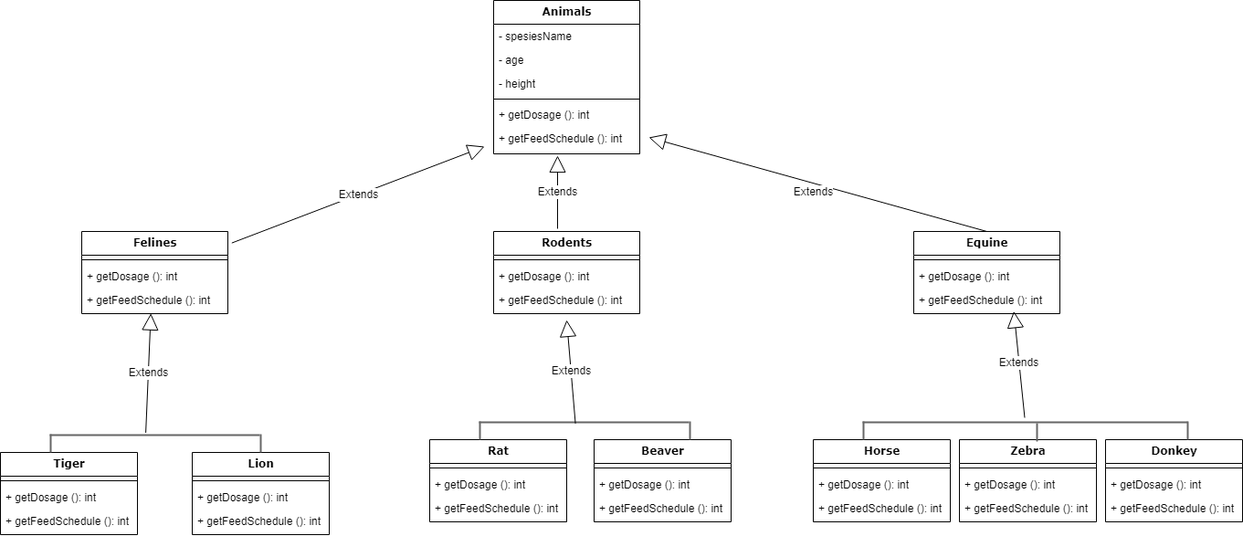
Earlier version of the draw.io export Hayvanat Bahçesi Yönetimi.drawio.png (smyy96/PatikaOOP). Source tidied: cells renumbered, new cells last; positions are measured from the earlier drawing's top-left corner, leaving out a move shared by most shapes. Its diagram source:
```xml
<mxGraphModel background="#ffffff">
  <root>
    <mxCell id="0" />
    <mxCell id="1" parent="0" />
    <mxCell id="2" value="&lt;b&gt;&lt;font style=&quot;font-size: 12px;&quot;&gt;Animals&lt;/font&gt;&lt;/b&gt;" style="swimlane;html=1;fontStyle=0;horizontal=1;startSize=26;fillColor=none;swimlaneFillColor=#ffffff;rounded=0;shadow=0;comic=0;labelBackgroundColor=none;strokeWidth=1;fontFamily=Verdana;fontSize=10;align=center;" parent="1" vertex="1">
      <mxGeometry x="540" width="160" height="168" as="geometry" />
    </mxCell>
    <mxCell id="3" value="- spesiesName&lt;br&gt;" style="text;html=1;strokeColor=none;fillColor=none;align=left;verticalAlign=top;spacingLeft=4;spacingRight=4;whiteSpace=wrap;overflow=hidden;" parent="2" vertex="1">
      <mxGeometry y="26" width="160" height="26" as="geometry" />
    </mxCell>
    <mxCell id="4" value="- age&lt;br&gt;" style="text;html=1;strokeColor=none;fillColor=none;align=left;verticalAlign=top;spacingLeft=4;spacingRight=4;whiteSpace=wrap;overflow=hidden;" parent="2" vertex="1">
      <mxGeometry y="52" width="160" height="26" as="geometry" />
    </mxCell>
    <mxCell id="5" value="- height" style="text;html=1;strokeColor=none;fillColor=none;align=left;verticalAlign=top;spacingLeft=4;spacingRight=4;whiteSpace=wrap;overflow=hidden;" parent="2" vertex="1">
      <mxGeometry y="78" width="160" height="26" as="geometry" />
    </mxCell>
    <mxCell id="6" style="line;strokeWidth=1;fillColor=none;align=left;verticalAlign=middle;spacingTop=-1;spacingLeft=3;spacingRight=3;labelPosition=right;strokeColor=inherit;fontSize=12;" parent="2" vertex="1">
      <mxGeometry y="104" width="160" height="8" as="geometry" />
    </mxCell>
    <mxCell id="7" value="+ getDosage (): int  " style="text;strokeColor=none;fillColor=none;align=left;verticalAlign=top;spacingLeft=4;spacingRight=4;overflow=hidden;fontSize=12;" parent="2" vertex="1">
      <mxGeometry y="112" width="160" height="26" as="geometry" />
    </mxCell>
    <mxCell id="8" value="+ getFeedSchedule (): int" style="text;strokeColor=none;fillColor=none;align=left;verticalAlign=top;spacingLeft=4;spacingRight=4;overflow=hidden;fontSize=12;" parent="2" vertex="1">
      <mxGeometry y="138" width="160" height="26" as="geometry" />
    </mxCell>
    <mxCell id="9" value="&lt;b&gt;&lt;font style=&quot;font-size: 12px;&quot;&gt;Felines&lt;/font&gt;&lt;/b&gt;" style="swimlane;html=1;fontStyle=0;horizontal=1;startSize=26;fillColor=none;swimlaneFillColor=#ffffff;rounded=0;shadow=0;comic=0;labelBackgroundColor=none;strokeWidth=1;fontFamily=Verdana;fontSize=10;align=center;" parent="1" vertex="1">
      <mxGeometry x="89" y="253" width="160" height="90" as="geometry" />
    </mxCell>
    <mxCell id="10" style="line;strokeWidth=1;fillColor=none;align=left;verticalAlign=middle;spacingTop=-1;spacingLeft=3;spacingRight=3;labelPosition=right;strokeColor=inherit;fontSize=12;" parent="9" vertex="1">
      <mxGeometry y="26" width="160" height="10" as="geometry" />
    </mxCell>
    <mxCell id="11" value="+ getDosage (): int  " style="text;strokeColor=none;fillColor=none;align=left;verticalAlign=top;spacingLeft=4;spacingRight=4;overflow=hidden;fontSize=12;" parent="9" vertex="1">
      <mxGeometry y="36" width="160" height="26" as="geometry" />
    </mxCell>
    <mxCell id="12" value="+ getFeedSchedule (): int" style="text;strokeColor=none;fillColor=none;align=left;verticalAlign=top;spacingLeft=4;spacingRight=4;overflow=hidden;points=[[0,0.5],[1,0.5]];portConstraint=eastwest;fontSize=12;" parent="9" vertex="1">
      <mxGeometry y="62" width="160" height="26" as="geometry" />
    </mxCell>
    <mxCell id="13" value="&lt;b&gt;&lt;font style=&quot;font-size: 12px;&quot;&gt;Rodents&lt;/font&gt;&lt;/b&gt;" style="swimlane;html=1;fontStyle=0;horizontal=1;startSize=26;fillColor=none;swimlaneFillColor=#ffffff;rounded=0;shadow=0;comic=0;labelBackgroundColor=none;strokeWidth=1;fontFamily=Verdana;fontSize=10;align=center;" parent="1" vertex="1">
      <mxGeometry x="540" y="253" width="160" height="90" as="geometry" />
    </mxCell>
    <mxCell id="14" style="line;strokeWidth=1;fillColor=none;align=left;verticalAlign=middle;spacingTop=-1;spacingLeft=3;spacingRight=3;labelPosition=right;strokeColor=inherit;fontSize=12;" parent="13" vertex="1">
      <mxGeometry y="26" width="160" height="10" as="geometry" />
    </mxCell>
    <mxCell id="15" value="+ getDosage (): int  " style="text;strokeColor=none;fillColor=none;align=left;verticalAlign=top;spacingLeft=4;spacingRight=4;overflow=hidden;fontSize=12;" parent="13" vertex="1">
      <mxGeometry y="36" width="160" height="26" as="geometry" />
    </mxCell>
    <mxCell id="16" value="+ getFeedSchedule (): int" style="text;strokeColor=none;fillColor=none;align=left;verticalAlign=top;spacingLeft=4;spacingRight=4;overflow=hidden;fontSize=12;" parent="13" vertex="1">
      <mxGeometry y="62" width="160" height="26" as="geometry" />
    </mxCell>
    <mxCell id="17" value="&lt;span style=&quot;font-size: 12px;&quot;&gt;&lt;b&gt;Equine&lt;/b&gt;&lt;/span&gt;" style="swimlane;html=1;fontStyle=0;horizontal=1;startSize=26;fillColor=none;swimlaneFillColor=#ffffff;rounded=0;shadow=0;comic=0;labelBackgroundColor=none;strokeWidth=1;fontFamily=Verdana;fontSize=10;align=center;" parent="1" vertex="1">
      <mxGeometry x="1000" y="253" width="160" height="90" as="geometry" />
    </mxCell>
    <mxCell id="18" style="line;strokeWidth=1;fillColor=none;align=left;verticalAlign=middle;spacingTop=-1;spacingLeft=3;spacingRight=3;labelPosition=right;strokeColor=inherit;fontSize=12;" parent="17" vertex="1">
      <mxGeometry y="26" width="160" height="10" as="geometry" />
    </mxCell>
    <mxCell id="19" value="+ getDosage (): int  " style="text;strokeColor=none;fillColor=none;align=left;verticalAlign=top;spacingLeft=4;spacingRight=4;overflow=hidden;fontSize=12;" parent="17" vertex="1">
      <mxGeometry y="36" width="160" height="26" as="geometry" />
    </mxCell>
    <mxCell id="20" value="+ getFeedSchedule (): int" style="text;strokeColor=none;fillColor=none;align=left;verticalAlign=top;spacingLeft=4;spacingRight=4;overflow=hidden;points=[[0,0.5],[1,0.5]];portConstraint=eastwest;fontSize=12;" parent="17" vertex="1">
      <mxGeometry y="62" width="160" height="26" as="geometry" />
    </mxCell>
    <mxCell id="21" value="&lt;b&gt;&lt;font style=&quot;font-size: 12px;&quot;&gt;Tiger&lt;/font&gt;&lt;/b&gt;" style="swimlane;html=1;fontStyle=0;horizontal=1;startSize=26;fillColor=none;swimlaneFillColor=#ffffff;rounded=0;shadow=0;comic=0;labelBackgroundColor=none;strokeWidth=1;fontFamily=Verdana;fontSize=10;align=center;" parent="1" vertex="1">
      <mxGeometry y="495" width="150" height="90" as="geometry" />
    </mxCell>
    <mxCell id="22" style="line;strokeWidth=1;fillColor=none;align=left;verticalAlign=middle;spacingTop=-1;spacingLeft=3;spacingRight=3;labelPosition=right;strokeColor=inherit;fontSize=12;" parent="21" vertex="1">
      <mxGeometry y="26" width="150" height="10" as="geometry" />
    </mxCell>
    <mxCell id="23" value="+ getDosage (): int  " style="text;strokeColor=none;fillColor=none;align=left;verticalAlign=top;spacingLeft=4;spacingRight=4;overflow=hidden;fontSize=12;" parent="21" vertex="1">
      <mxGeometry y="36" width="150" height="26" as="geometry" />
    </mxCell>
    <mxCell id="24" value="+ getFeedSchedule (): int" style="text;strokeColor=none;fillColor=none;align=left;verticalAlign=top;spacingLeft=4;spacingRight=4;overflow=hidden;fontSize=12;" parent="21" vertex="1">
      <mxGeometry y="62" width="150" height="26" as="geometry" />
    </mxCell>
    <mxCell id="25" value="&lt;b&gt;&lt;font style=&quot;font-size: 12px;&quot;&gt;Lion&lt;/font&gt;&lt;/b&gt;" style="swimlane;html=1;fontStyle=0;horizontal=1;startSize=26;fillColor=none;swimlaneFillColor=#ffffff;rounded=0;shadow=0;comic=0;labelBackgroundColor=none;strokeWidth=1;fontFamily=Verdana;fontSize=10;align=center;" parent="1" vertex="1">
      <mxGeometry x="210" y="495" width="150" height="90" as="geometry" />
    </mxCell>
    <mxCell id="26" style="line;strokeWidth=1;fillColor=none;align=left;verticalAlign=middle;spacingTop=-1;spacingLeft=3;spacingRight=3;labelPosition=right;strokeColor=inherit;fontSize=12;" parent="25" vertex="1">
      <mxGeometry y="26" width="150" height="10" as="geometry" />
    </mxCell>
    <mxCell id="27" value="+ getDosage (): int  " style="text;strokeColor=none;fillColor=none;align=left;verticalAlign=top;spacingLeft=4;spacingRight=4;overflow=hidden;fontSize=12;" parent="25" vertex="1">
      <mxGeometry y="36" width="150" height="26" as="geometry" />
    </mxCell>
    <mxCell id="28" value="+ getFeedSchedule (): int" style="text;strokeColor=none;fillColor=none;align=left;verticalAlign=top;spacingLeft=4;spacingRight=4;overflow=hidden;fontSize=12;" parent="25" vertex="1">
      <mxGeometry y="62" width="150" height="26" as="geometry" />
    </mxCell>
    <mxCell id="29" value="&lt;b&gt;&lt;font style=&quot;font-size: 12px;&quot;&gt;Rat&lt;/font&gt;&lt;/b&gt;" style="swimlane;html=1;fontStyle=0;horizontal=1;startSize=26;fillColor=none;swimlaneFillColor=#ffffff;rounded=0;shadow=0;comic=0;labelBackgroundColor=none;strokeWidth=1;fontFamily=Verdana;fontSize=10;align=center;" parent="1" vertex="1">
      <mxGeometry x="470" y="481" width="150" height="90" as="geometry" />
    </mxCell>
    <mxCell id="30" style="line;strokeWidth=1;fillColor=none;align=left;verticalAlign=middle;spacingTop=-1;spacingLeft=3;spacingRight=3;labelPosition=right;strokeColor=inherit;fontSize=12;" parent="29" vertex="1">
      <mxGeometry y="26" width="150" height="10" as="geometry" />
    </mxCell>
    <mxCell id="31" value="+ getDosage (): int  " style="text;strokeColor=none;fillColor=none;align=left;verticalAlign=top;spacingLeft=4;spacingRight=4;overflow=hidden;fontSize=12;" parent="29" vertex="1">
      <mxGeometry y="36" width="150" height="26" as="geometry" />
    </mxCell>
    <mxCell id="32" value="+ getFeedSchedule (): int" style="text;strokeColor=none;fillColor=none;align=left;verticalAlign=top;spacingLeft=4;spacingRight=4;overflow=hidden;fontSize=12;" parent="29" vertex="1">
      <mxGeometry y="62" width="150" height="26" as="geometry" />
    </mxCell>
    <mxCell id="33" value="&lt;b&gt;&lt;font style=&quot;font-size: 12px;&quot;&gt;Beaver&lt;br&gt;&lt;/font&gt;&lt;/b&gt;" style="swimlane;html=1;fontStyle=0;horizontal=1;startSize=26;fillColor=none;swimlaneFillColor=#ffffff;rounded=0;shadow=0;comic=0;labelBackgroundColor=none;strokeWidth=1;fontFamily=Verdana;fontSize=10;align=center;" parent="1" vertex="1">
      <mxGeometry x="650" y="481" width="150" height="90" as="geometry" />
    </mxCell>
    <mxCell id="34" style="line;strokeWidth=1;fillColor=none;align=left;verticalAlign=middle;spacingTop=-1;spacingLeft=3;spacingRight=3;labelPosition=right;strokeColor=inherit;fontSize=12;" parent="33" vertex="1">
      <mxGeometry y="26" width="150" height="10" as="geometry" />
    </mxCell>
    <mxCell id="35" value="+ getDosage (): int  " style="text;strokeColor=none;fillColor=none;align=left;verticalAlign=top;spacingLeft=4;spacingRight=4;overflow=hidden;fontSize=12;" parent="33" vertex="1">
      <mxGeometry y="36" width="150" height="26" as="geometry" />
    </mxCell>
    <mxCell id="36" value="+ getFeedSchedule (): int" style="text;strokeColor=none;fillColor=none;align=left;verticalAlign=top;spacingLeft=4;spacingRight=4;overflow=hidden;fontSize=12;" parent="33" vertex="1">
      <mxGeometry y="62" width="150" height="26" as="geometry" />
    </mxCell>
    <mxCell id="37" value="&lt;b&gt;&lt;font style=&quot;font-size: 12px;&quot;&gt;Horse&lt;/font&gt;&lt;/b&gt;" style="swimlane;html=1;fontStyle=0;horizontal=1;startSize=26;fillColor=none;swimlaneFillColor=#ffffff;rounded=0;shadow=0;comic=0;labelBackgroundColor=none;strokeWidth=1;fontFamily=Verdana;fontSize=10;align=center;" parent="1" vertex="1">
      <mxGeometry x="890" y="481" width="150" height="90" as="geometry" />
    </mxCell>
    <mxCell id="38" style="line;strokeWidth=1;fillColor=none;align=left;verticalAlign=middle;spacingTop=-1;spacingLeft=3;spacingRight=3;labelPosition=right;strokeColor=inherit;fontSize=12;" parent="37" vertex="1">
      <mxGeometry y="26" width="150" height="10" as="geometry" />
    </mxCell>
    <mxCell id="39" value="+ getDosage (): int  " style="text;strokeColor=none;fillColor=none;align=left;verticalAlign=top;spacingLeft=4;spacingRight=4;overflow=hidden;fontSize=12;" parent="37" vertex="1">
      <mxGeometry y="36" width="150" height="26" as="geometry" />
    </mxCell>
    <mxCell id="40" value="+ getFeedSchedule (): int" style="text;strokeColor=none;fillColor=none;align=left;verticalAlign=top;spacingLeft=4;spacingRight=4;overflow=hidden;fontSize=12;" parent="37" vertex="1">
      <mxGeometry y="62" width="150" height="26" as="geometry" />
    </mxCell>
    <mxCell id="41" value="&lt;b&gt;&lt;font style=&quot;font-size: 12px;&quot;&gt;Zebra&lt;/font&gt;&lt;/b&gt;" style="swimlane;html=1;fontStyle=0;horizontal=1;startSize=26;fillColor=none;swimlaneFillColor=#ffffff;rounded=0;shadow=0;comic=0;labelBackgroundColor=none;strokeWidth=1;fontFamily=Verdana;fontSize=10;align=center;" parent="1" vertex="1">
      <mxGeometry x="1050" y="481" width="150" height="90" as="geometry" />
    </mxCell>
    <mxCell id="42" style="line;strokeWidth=1;fillColor=none;align=left;verticalAlign=middle;spacingTop=-1;spacingLeft=3;spacingRight=3;labelPosition=right;strokeColor=inherit;fontSize=12;" parent="41" vertex="1">
      <mxGeometry y="26" width="150" height="10" as="geometry" />
    </mxCell>
    <mxCell id="43" value="+ getDosage (): int  " style="text;strokeColor=none;fillColor=none;align=left;verticalAlign=top;spacingLeft=4;spacingRight=4;overflow=hidden;fontSize=12;" parent="41" vertex="1">
      <mxGeometry y="36" width="150" height="26" as="geometry" />
    </mxCell>
    <mxCell id="44" value="+ getFeedSchedule (): int" style="text;strokeColor=none;fillColor=none;align=left;verticalAlign=top;spacingLeft=4;spacingRight=4;overflow=hidden;fontSize=12;" parent="41" vertex="1">
      <mxGeometry y="62" width="150" height="26" as="geometry" />
    </mxCell>
    <mxCell id="45" value="&lt;b&gt;&lt;font style=&quot;font-size: 12px;&quot;&gt;Donkey&lt;/font&gt;&lt;/b&gt;" style="swimlane;html=1;fontStyle=0;horizontal=1;startSize=26;fillColor=none;swimlaneFillColor=#ffffff;rounded=0;shadow=0;comic=0;labelBackgroundColor=none;strokeWidth=1;fontFamily=Verdana;fontSize=10;align=center;" parent="1" vertex="1">
      <mxGeometry x="1210" y="481" width="150" height="90" as="geometry" />
    </mxCell>
    <mxCell id="46" style="line;strokeWidth=1;fillColor=none;align=left;verticalAlign=middle;spacingTop=-1;spacingLeft=3;spacingRight=3;labelPosition=right;strokeColor=inherit;fontSize=12;" parent="45" vertex="1">
      <mxGeometry y="26" width="150" height="10" as="geometry" />
    </mxCell>
    <mxCell id="47" value="+ getDosage (): int  " style="text;strokeColor=none;fillColor=none;align=left;verticalAlign=top;spacingLeft=4;spacingRight=4;overflow=hidden;fontSize=12;" parent="45" vertex="1">
      <mxGeometry y="36" width="150" height="26" as="geometry" />
    </mxCell>
    <mxCell id="48" value="+ getFeedSchedule (): int" style="text;strokeColor=none;fillColor=none;align=left;verticalAlign=top;spacingLeft=4;spacingRight=4;overflow=hidden;fontSize=12;" parent="45" vertex="1">
      <mxGeometry y="62" width="150" height="26" as="geometry" />
    </mxCell>
    <mxCell id="49" value="Extends" style="endArrow=block;endSize=16;endFill=0;html=1;rounded=0;fontSize=12;" parent="1" edge="1">
      <mxGeometry relative="1" as="geometry">
        <mxPoint x="610" y="250" as="sourcePoint" />
        <mxPoint x="610" y="170" as="targetPoint" />
      </mxGeometry>
    </mxCell>
    <mxCell id="50" value="Extends" style="endArrow=block;endSize=16;endFill=0;html=1;rounded=0;fontSize=12;exitX=0.5;exitY=0;exitDx=0;exitDy=0;" parent="1" edge="1" source="17">
      <mxGeometry x="0.02" y="9" relative="1" as="geometry">
        <mxPoint x="710" y="150" as="targetPoint" />
      </mxGeometry>
    </mxCell>
    <mxCell id="51" value="Extends" style="endArrow=block;endSize=16;endFill=0;html=1;rounded=0;fontSize=12;exitX=1.027;exitY=0.14;exitDx=0;exitDy=0;exitPerimeter=0;" parent="1" edge="1" source="9">
      <mxGeometry relative="1" as="geometry">
        <mxPoint x="530" y="160" as="targetPoint" />
      </mxGeometry>
    </mxCell>
    <mxCell id="52" style="line;strokeWidth=2;direction=south;html=1;fontSize=12;fillColor=#f5f5f5;fontColor=#333333;strokeColor=#666666;" parent="1" vertex="1">
      <mxGeometry x="50" y="475" width="10" height="20" as="geometry" />
    </mxCell>
    <mxCell id="53" style="line;strokeWidth=2;direction=south;html=1;fontSize=12;fillColor=#f5f5f5;fontColor=#333333;strokeColor=#666666;" parent="1" vertex="1">
      <mxGeometry x="280" y="475" width="10" height="20" as="geometry" />
    </mxCell>
    <mxCell id="54" style="line;strokeWidth=2;html=1;fontSize=12;fillColor=#f5f5f5;fontColor=#333333;strokeColor=#666666;" parent="1" vertex="1">
      <mxGeometry x="54" y="471" width="230" height="10" as="geometry" />
    </mxCell>
    <mxCell id="55" value="Extends" style="endArrow=block;endSize=16;endFill=0;html=1;rounded=0;fontSize=12;exitX=0.457;exitY=0.243;exitDx=0;exitDy=0;exitPerimeter=0;entryX=0.473;entryY=1.066;entryDx=0;entryDy=0;entryPerimeter=0;" parent="1" edge="1" source="54" target="12">
      <mxGeometry relative="1" as="geometry" />
    </mxCell>
    <mxCell id="56" style="line;strokeWidth=2;direction=south;html=1;fontSize=12;fillColor=#f5f5f5;fontColor=#333333;strokeColor=#666666;" parent="1" vertex="1">
      <mxGeometry x="520" y="461" width="10" height="20" as="geometry" />
    </mxCell>
    <mxCell id="57" style="line;strokeWidth=2;direction=south;html=1;fontSize=12;fillColor=#f5f5f5;fontColor=#333333;strokeColor=#666666;" parent="1" vertex="1">
      <mxGeometry x="750" y="461" width="10" height="20" as="geometry" />
    </mxCell>
    <mxCell id="58" style="line;strokeWidth=2;html=1;fontSize=12;fillColor=#f5f5f5;fontColor=#333333;strokeColor=#666666;" parent="1" vertex="1">
      <mxGeometry x="524" y="457" width="230" height="10" as="geometry" />
    </mxCell>
    <mxCell id="59" style="line;strokeWidth=2;direction=south;html=1;fontSize=12;fillColor=#f5f5f5;fontColor=#333333;strokeColor=#666666;" parent="1" vertex="1">
      <mxGeometry x="940" y="461" width="10" height="20" as="geometry" />
    </mxCell>
    <mxCell id="60" style="line;strokeWidth=2;direction=south;html=1;fontSize=12;fillColor=#f5f5f5;fontColor=#333333;strokeColor=#666666;" parent="1" vertex="1">
      <mxGeometry x="1130" y="463" width="10" height="20" as="geometry" />
    </mxCell>
    <mxCell id="61" style="line;strokeWidth=2;html=1;fontSize=12;fillColor=#f5f5f5;fontColor=#333333;strokeColor=#666666;" parent="1" vertex="1">
      <mxGeometry x="944" y="457" width="356" height="10" as="geometry" />
    </mxCell>
    <mxCell id="62" style="line;strokeWidth=2;direction=south;html=1;fontSize=12;fillColor=#f5f5f5;fontColor=#333333;strokeColor=#666666;" parent="1" vertex="1">
      <mxGeometry x="1295" y="461" width="10" height="20" as="geometry" />
    </mxCell>
    <mxCell id="63" value="Extends" style="endArrow=block;endSize=16;endFill=0;html=1;rounded=0;fontSize=12;exitX=0.459;exitY=0.633;exitDx=0;exitDy=0;exitPerimeter=0;" parent="1" edge="1" source="58">
      <mxGeometry relative="1" as="geometry">
        <mxPoint x="620" y="350" as="targetPoint" />
      </mxGeometry>
    </mxCell>
    <mxCell id="64" value="Extends" style="endArrow=block;endSize=16;endFill=0;html=1;rounded=0;fontSize=12;entryX=0.685;entryY=0.974;entryDx=0;entryDy=0;entryPerimeter=0;" parent="1" edge="1" source="61" target="20">
      <mxGeometry relative="1" as="geometry" />
    </mxCell>
  </root>
</mxGraphModel>
```
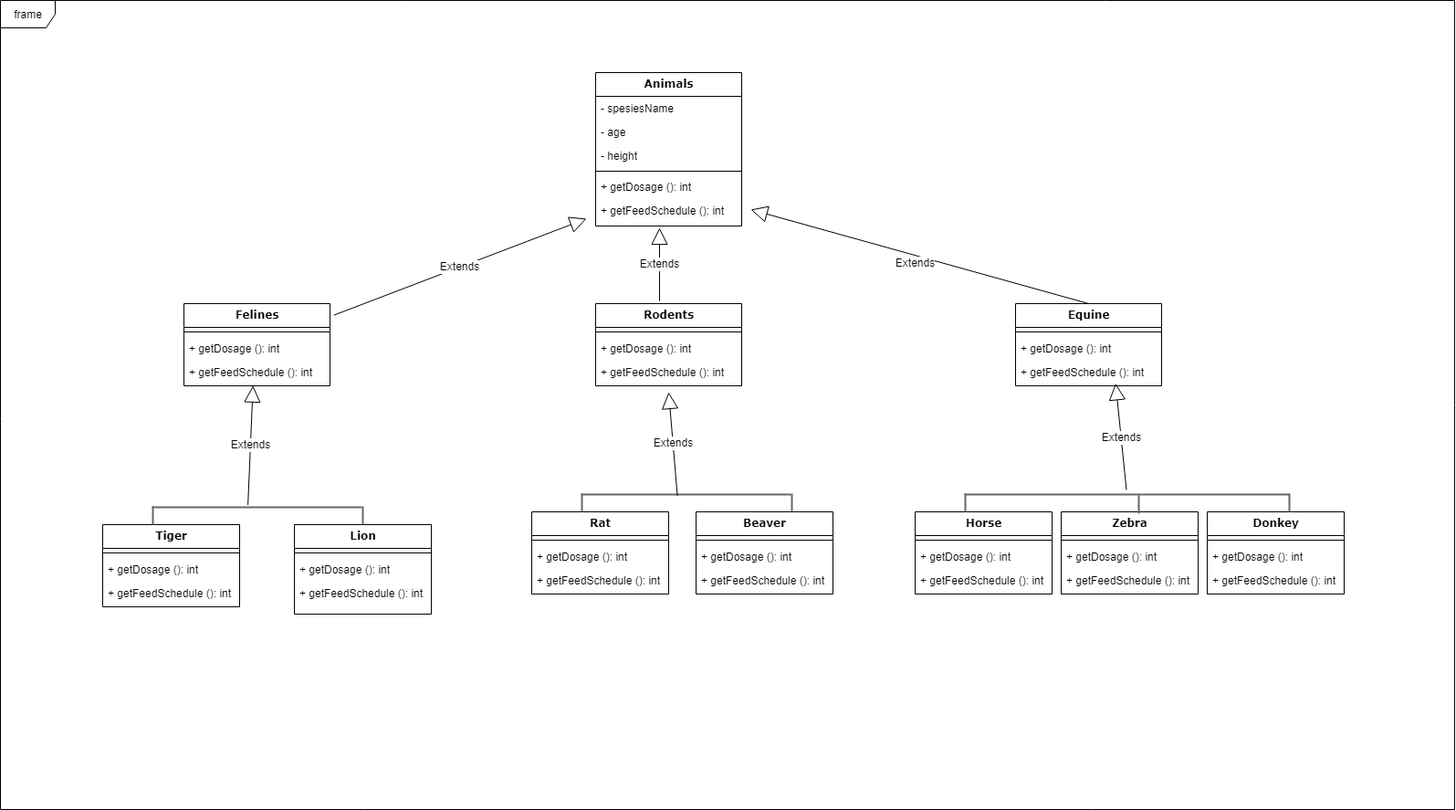
After the commit.

What changed in the source:
```diff
@@ -72,7 +72,7 @@
       <mxGeometry y="62" width="150" height="26" as="geometry" />
     </mxCell>
     <mxCell id="25" value="&lt;b&gt;&lt;font style=&quot;font-size: 12px;&quot;&gt;Lion&lt;/font&gt;&lt;/b&gt;" style="swimlane;html=1;fontStyle=0;horizontal=1;startSize=26;fillColor=none;swimlaneFillColor=#ffffff;rounded=0;shadow=0;comic=0;labelBackgroundColor=none;strokeWidth=1;fontFamily=Verdana;fontSize=10;align=center;" parent="1" vertex="1">
-      <mxGeometry x="210" y="495" width="150" height="90" as="geometry" />
+      <mxGeometry x="210" y="495" width="150" height="98" as="geometry" />
     </mxCell>
     <mxCell id="26" style="line;strokeWidth=1;fillColor=none;align=left;verticalAlign=middle;spacingTop=-1;spacingLeft=3;spacingRight=3;labelPosition=right;strokeColor=inherit;fontSize=12;" parent="25" vertex="1">
       <mxGeometry y="26" width="150" height="10" as="geometry" />
@@ -200,5 +200,8 @@
     <mxCell id="64" value="Extends" style="endArrow=block;endSize=16;endFill=0;html=1;rounded=0;fontSize=12;entryX=0.685;entryY=0.974;entryDx=0;entryDy=0;entryPerimeter=0;" parent="1" edge="1" source="61" target="20">
       <mxGeometry relative="1" as="geometry" />
     </mxCell>
+    <mxCell id="65" value="frame" style="shape=umlFrame;whiteSpace=wrap;html=1;fontSize=12;" parent="1" vertex="1">
+      <mxGeometry x="-112" y="-79" width="1593" height="886" as="geometry" />
+    </mxCell>
   </root>
 </mxGraphModel>
```
